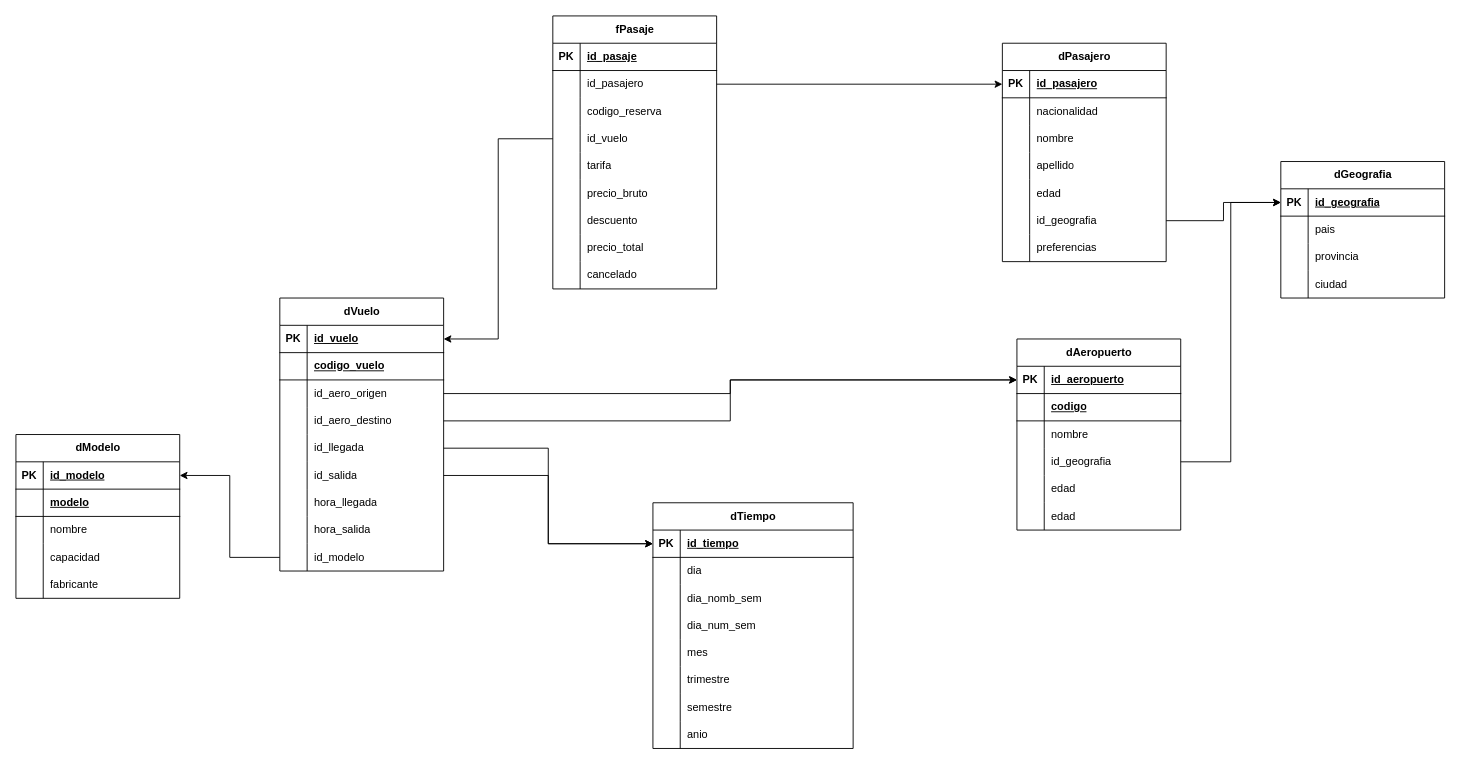
Ftedp/BBDD2-TUIA keeps this draw.io diagram as Practica/Ejercicio_6/Ejercicio_6.drawio. Above is the earlier version. Source tidied: cells renumbered, new cells numbered last; positions are measured from the earlier drawing's top-left corner, leaving out a move shared by most shapes. Both pictures are drawn from the tidied source at 91%, with x=0, y=0 at pixel (15, 15).
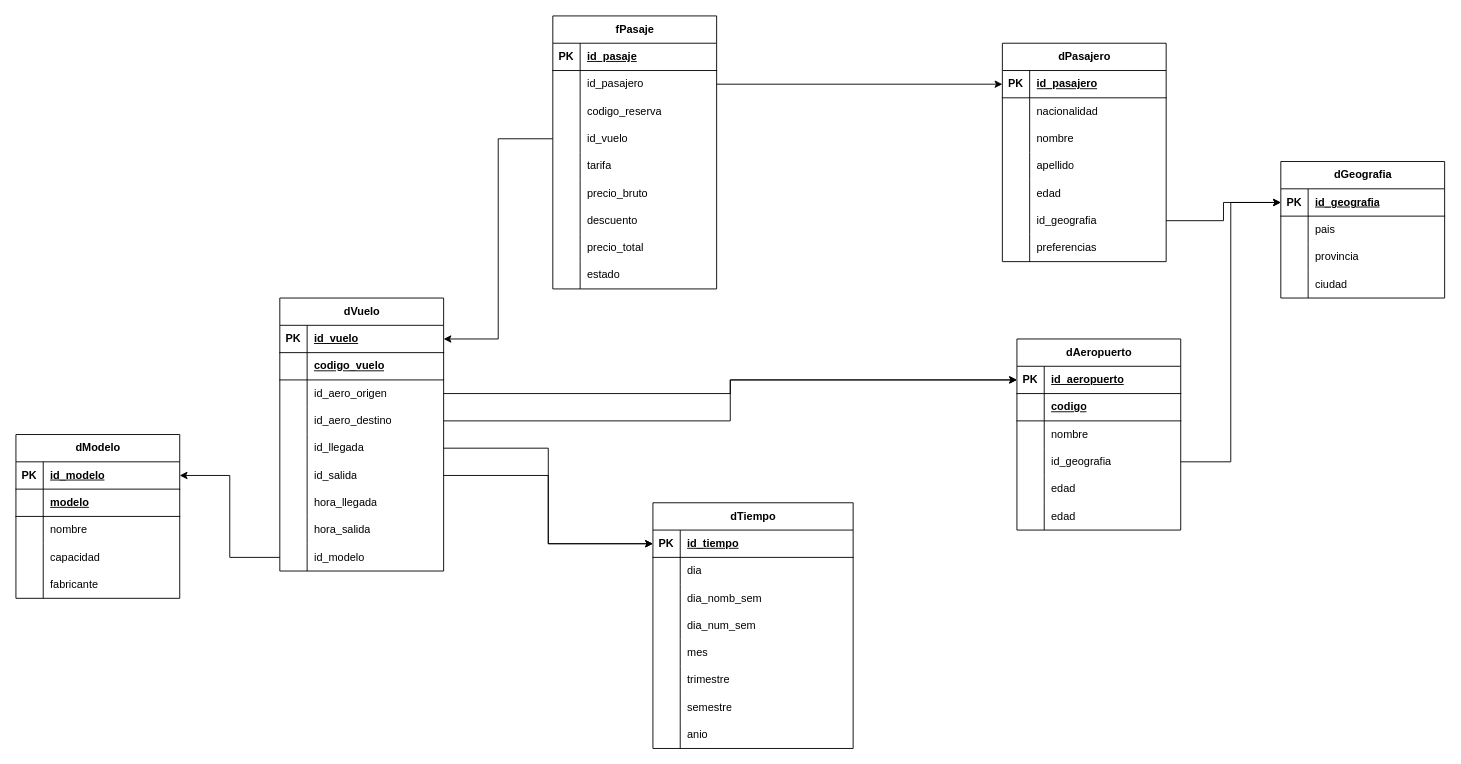
Above is the later version.

The change refers to these unchanged cells:
```xml
<mxCell id="27" style="shape=tableRow;horizontal=0;startSize=0;swimlaneHead=0;swimlaneBody=0;fillColor=none;top=0;left=0;right=0;bottom=0;" parent="2" vertex="1">
  <mxGeometry y="270" width="180" height="30" as="geometry" />
</mxCell>
```

The edit, as a diff of the source:
```diff
@@
-    <mxCell id="29" value="cancelado" style="shape=partialRectangle;fillColor=none;top=0;left=0;bottom=0;right=0;align=left;spacingLeft=6;overflow=hidden;whiteSpace=wrap;html=1;" parent="27" vertex="1">
+    <mxCell id="29" value="estado" style="shape=partialRectangle;fillColor=none;top=0;left=0;bottom=0;right=0;align=left;spacingLeft=6;overflow=hidden;whiteSpace=wrap;html=1;" parent="27" vertex="1">
       <mxGeometry x="30" width="150" height="30" as="geometry" />
     </mxCell>
```
